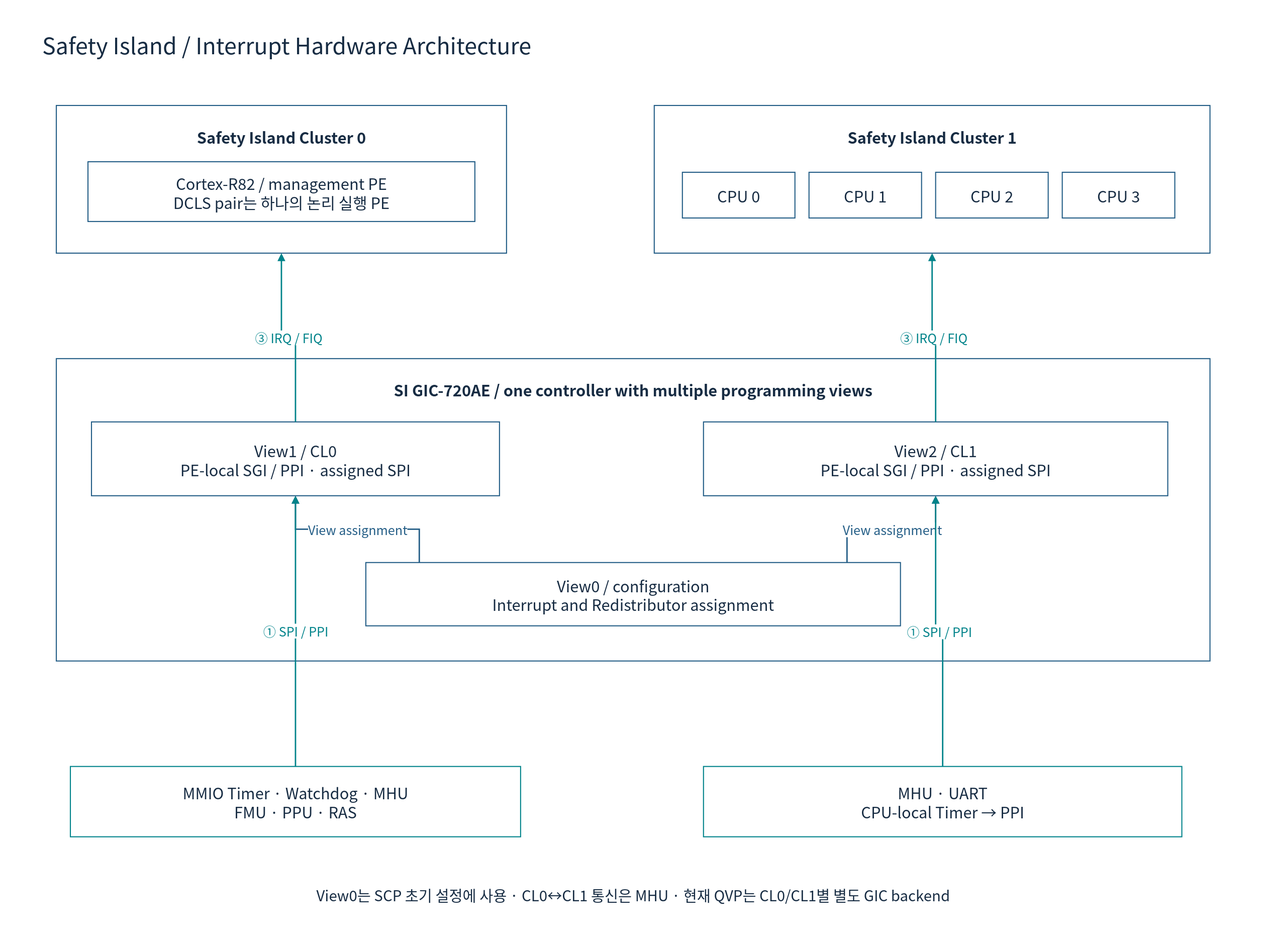
cometzero/project-apollo keeps this draw.io diagram as doc/phase1/interrupt/diagrams/01b-si-hardware.drawio.svg. Above is the earlier version. Source tidied: cells renumbered, new cells last; positions are measured from the earlier drawing's top-left corner, leaving out a move shared by most shapes. The source it was exported from:
```xml
<mxGraphModel background="#FFFFFF">
  <root>
    <mxCell id="0" />
    <mxCell id="1" parent="0" />
    <mxCell id="2" style="rounded=0;whiteSpace=wrap;html=1;fillColor=#FFFFFF;strokeColor=none;strokeWidth=1.5;fontColor=#172C43;fontFamily=Noto Sans CJK KR;fontSize=22;spacing=10;" parent="1" vertex="1">
      <mxGeometry width="1800" height="1350" as="geometry" />
    </mxCell>
    <mxCell id="3" value="Safety Island / Interrupt Hardware Architecture" style="rounded=0;whiteSpace=wrap;html=1;fillColor=#FFFFFF;strokeColor=none;strokeWidth=1.5;fontColor=#172C43;fontFamily=Noto Sans CJK KR;fontSize=22;spacing=10;fontSize=32;align=left;" parent="1" vertex="1">
      <mxGeometry x="50" y="30" width="1700" height="65" as="geometry" />
    </mxCell>
    <mxCell id="4" value="Safety Island Cluster 0" style="rounded=0;whiteSpace=wrap;html=1;fillColor=#FFFFFF;strokeColor=#235D86;strokeWidth=1.5;fontColor=#172C43;fontFamily=Noto Sans CJK KR;fontSize=22;spacing=10;verticalAlign=top;fontStyle=1;spacingTop=16;" parent="1" vertex="1">
      <mxGeometry x="80" y="150" width="640" height="210" as="geometry" />
    </mxCell>
    <mxCell id="5" value="Cortex-R82 / management PE&#10;DCLS pair는 하나의 논리 실행 PE" style="rounded=0;whiteSpace=wrap;html=1;fillColor=#FFFFFF;strokeColor=#235D86;strokeWidth=1.5;fontColor=#172C43;fontFamily=Noto Sans CJK KR;fontSize=22;spacing=10;" parent="1" vertex="1">
      <mxGeometry x="125" y="230" width="550" height="85" as="geometry" />
    </mxCell>
    <mxCell id="6" value="Safety Island Cluster 1" style="rounded=0;whiteSpace=wrap;html=1;fillColor=#FFFFFF;strokeColor=#235D86;strokeWidth=1.5;fontColor=#172C43;fontFamily=Noto Sans CJK KR;fontSize=22;spacing=10;verticalAlign=top;fontStyle=1;spacingTop=16;" parent="1" vertex="1">
      <mxGeometry x="930" y="150" width="790" height="210" as="geometry" />
    </mxCell>
    <mxCell id="7" value="CPU 0" style="rounded=0;whiteSpace=wrap;html=1;fillColor=#FFFFFF;strokeColor=#235D86;strokeWidth=1.5;fontColor=#172C43;fontFamily=Noto Sans CJK KR;fontSize=22;spacing=10;" parent="1" vertex="1">
      <mxGeometry x="970" y="245" width="160" height="65" as="geometry" />
    </mxCell>
    <mxCell id="8" value="CPU 1" style="rounded=0;whiteSpace=wrap;html=1;fillColor=#FFFFFF;strokeColor=#235D86;strokeWidth=1.5;fontColor=#172C43;fontFamily=Noto Sans CJK KR;fontSize=22;spacing=10;" parent="1" vertex="1">
      <mxGeometry x="1150" y="245" width="160" height="65" as="geometry" />
    </mxCell>
    <mxCell id="9" value="CPU 2" style="rounded=0;whiteSpace=wrap;html=1;fillColor=#FFFFFF;strokeColor=#235D86;strokeWidth=1.5;fontColor=#172C43;fontFamily=Noto Sans CJK KR;fontSize=22;spacing=10;" parent="1" vertex="1">
      <mxGeometry x="1330" y="245" width="160" height="65" as="geometry" />
    </mxCell>
    <mxCell id="10" value="CPU 3" style="rounded=0;whiteSpace=wrap;html=1;fillColor=#FFFFFF;strokeColor=#235D86;strokeWidth=1.5;fontColor=#172C43;fontFamily=Noto Sans CJK KR;fontSize=22;spacing=10;" parent="1" vertex="1">
      <mxGeometry x="1510" y="245" width="160" height="65" as="geometry" />
    </mxCell>
    <mxCell id="11" value="SI GIC-720AE / one controller with multiple programming views" style="rounded=0;whiteSpace=wrap;html=1;fillColor=#FFFFFF;strokeColor=#235D86;strokeWidth=1.5;fontColor=#172C43;fontFamily=Noto Sans CJK KR;fontSize=22;spacing=10;verticalAlign=top;fontStyle=1;spacingTop=16;" parent="1" vertex="1">
      <mxGeometry x="80" y="510" width="1640" height="430" as="geometry" />
    </mxCell>
    <mxCell id="12" value="View1 / CL0&#10;PE-local SGI / PPI · assigned SPI" style="rounded=0;whiteSpace=wrap;html=1;fillColor=#FFFFFF;strokeColor=#235D86;strokeWidth=1.5;fontColor=#172C43;fontFamily=Noto Sans CJK KR;fontSize=22;spacing=10;" parent="1" vertex="1">
      <mxGeometry x="130" y="600" width="580" height="105" as="geometry" />
    </mxCell>
    <mxCell id="13" value="View2 / CL1&#10;PE-local SGI / PPI · assigned SPI" style="rounded=0;whiteSpace=wrap;html=1;fillColor=#FFFFFF;strokeColor=#235D86;strokeWidth=1.5;fontColor=#172C43;fontFamily=Noto Sans CJK KR;fontSize=22;spacing=10;" parent="1" vertex="1">
      <mxGeometry x="1000" y="600" width="660" height="105" as="geometry" />
    </mxCell>
    <mxCell id="14" value="View0 / configuration&#10;Interrupt and Redistributor assignment" style="rounded=0;whiteSpace=wrap;html=1;fillColor=#FFFFFF;strokeColor=#235D86;strokeWidth=1.5;fontColor=#172C43;fontFamily=Noto Sans CJK KR;fontSize=22;spacing=10;" parent="1" vertex="1">
      <mxGeometry x="520" y="800" width="760" height="90" as="geometry" />
    </mxCell>
    <mxCell id="15" value="③ IRQ / FIQ" style="edgeStyle=orthogonalEdgeStyle;rounded=0;html=1;endArrow=block;endFill=1;strokeWidth=2;strokeColor=#00838A;fontColor=#00838A;fontFamily=Noto Sans CJK KR;fontSize=18;labelBackgroundColor=#FFFFFF;" parent="1" edge="1" source="12" target="4">
      <mxGeometry relative="1" as="geometry" />
    </mxCell>
    <mxCell id="16" value="③ IRQ / FIQ" style="edgeStyle=orthogonalEdgeStyle;rounded=0;html=1;endArrow=block;endFill=1;strokeWidth=2;strokeColor=#00838A;fontColor=#00838A;fontFamily=Noto Sans CJK KR;fontSize=18;labelBackgroundColor=#FFFFFF;" parent="1" edge="1" source="13" target="6">
      <mxGeometry relative="1" as="geometry" />
    </mxCell>
    <mxCell id="17" value="View assignment" style="edgeStyle=orthogonalEdgeStyle;rounded=0;html=1;endArrow=block;endFill=1;strokeWidth=2;strokeColor=#235D86;fontColor=#235D86;fontFamily=Noto Sans CJK KR;fontSize=18;labelBackgroundColor=#FFFFFF;exitX=0.1;exitY=0;entryX=0.5;entryY=1;" parent="1" edge="1" source="14" target="12">
      <mxGeometry relative="1" as="geometry" />
    </mxCell>
    <mxCell id="18" value="View assignment" style="edgeStyle=orthogonalEdgeStyle;rounded=0;html=1;endArrow=block;endFill=1;strokeWidth=2;strokeColor=#235D86;fontColor=#235D86;fontFamily=Noto Sans CJK KR;fontSize=18;labelBackgroundColor=#FFFFFF;exitX=0.9;exitY=0;entryX=0.5;entryY=1;" parent="1" edge="1" source="14" target="13">
      <mxGeometry relative="1" as="geometry" />
    </mxCell>
    <mxCell id="19" value="MMIO Timer · Watchdog · MHU&#10;FMU · PPU · RAS" style="rounded=0;whiteSpace=wrap;html=1;fillColor=#FFFFFF;strokeColor=#00838A;strokeWidth=1.5;fontColor=#172C43;fontFamily=Noto Sans CJK KR;fontSize=22;spacing=10;" parent="1" vertex="1">
      <mxGeometry x="100" y="1090" width="640" height="100" as="geometry" />
    </mxCell>
    <mxCell id="20" value="MHU · UART&#10;CPU-local Timer → PPI" style="rounded=0;whiteSpace=wrap;html=1;fillColor=#FFFFFF;strokeColor=#00838A;strokeWidth=1.5;fontColor=#172C43;fontFamily=Noto Sans CJK KR;fontSize=22;spacing=10;" parent="1" vertex="1">
      <mxGeometry x="1000" y="1090" width="680" height="100" as="geometry" />
    </mxCell>
    <mxCell id="21" value="① SPI / PPI" style="edgeStyle=orthogonalEdgeStyle;rounded=0;html=1;endArrow=block;endFill=1;strokeWidth=2;strokeColor=#00838A;fontColor=#00838A;fontFamily=Noto Sans CJK KR;fontSize=18;labelBackgroundColor=#FFFFFF;exitX=0.5;exitY=0;entryX=0.5;entryY=1;" parent="1" edge="1" source="19" target="12">
      <mxGeometry relative="1" as="geometry" />
    </mxCell>
    <mxCell id="22" value="① SPI / PPI" style="edgeStyle=orthogonalEdgeStyle;rounded=0;html=1;endArrow=block;endFill=1;strokeWidth=2;strokeColor=#00838A;fontColor=#00838A;fontFamily=Noto Sans CJK KR;fontSize=18;labelBackgroundColor=#FFFFFF;exitX=0.5;exitY=0;entryX=0.5;entryY=1;" parent="1" edge="1" source="20" target="13">
      <mxGeometry relative="1" as="geometry" />
    </mxCell>
    <mxCell id="23" value="View0는 SCP 초기 설정에 사용 · CL0↔CL1 통신은 MHU · 현재 QVP는 CL0/CL1별 별도 GIC backend" style="rounded=0;whiteSpace=wrap;html=1;fillColor=#FFFFFF;strokeColor=none;strokeWidth=1.5;fontColor=#172C43;fontFamily=Noto Sans CJK KR;fontSize=22;spacing=10;fontSize=21;" parent="1" vertex="1">
      <mxGeometry x="80" y="1240" width="1640" height="65" as="geometry" />
    </mxCell>
  </root>
</mxGraphModel>
```
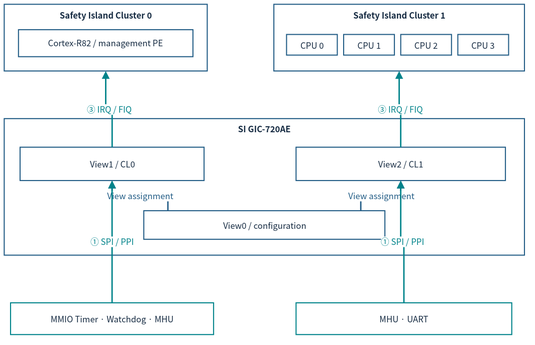
Later version of the same file.

Diff of the diagram source:
```diff
@@ -2,71 +2,62 @@
   <root>
     <mxCell id="0" />
     <mxCell id="1" parent="0" />
-    <mxCell id="2" style="rounded=0;whiteSpace=wrap;html=1;fillColor=#FFFFFF;strokeColor=none;strokeWidth=1.5;fontColor=#172C43;fontFamily=Noto Sans CJK KR;fontSize=22;spacing=10;" parent="1" vertex="1">
-      <mxGeometry width="1800" height="1350" as="geometry" />
-    </mxCell>
-    <mxCell id="3" value="Safety Island / Interrupt Hardware Architecture" style="rounded=0;whiteSpace=wrap;html=1;fillColor=#FFFFFF;strokeColor=none;strokeWidth=1.5;fontColor=#172C43;fontFamily=Noto Sans CJK KR;fontSize=22;spacing=10;fontSize=32;align=left;" parent="1" vertex="1">
-      <mxGeometry x="50" y="30" width="1700" height="65" as="geometry" />
-    </mxCell>
-    <mxCell id="4" value="Safety Island Cluster 0" style="rounded=0;whiteSpace=wrap;html=1;fillColor=#FFFFFF;strokeColor=#235D86;strokeWidth=1.5;fontColor=#172C43;fontFamily=Noto Sans CJK KR;fontSize=22;spacing=10;verticalAlign=top;fontStyle=1;spacingTop=16;" parent="1" vertex="1">
-      <mxGeometry x="80" y="150" width="640" height="210" as="geometry" />
+    <mxCell id="4" value="Safety Island Cluster 0" style="rounded=0;whiteSpace=wrap;html=1;fillColor=#FFFFFF;strokeColor=#235D86;strokeWidth=1.5;fontColor=#172C43;fontFamily=Noto Sans CJK KR;verticalAlign=top;fontStyle=1;fontSize=12;spacing=3;whiteSpace=wrap;" parent="1" vertex="1">
+      <mxGeometry x="12" y="12" width="288.8" height="94.8" as="geometry" />
     </mxCell>
-    <mxCell id="5" value="Cortex-R82 / management PE&#10;DCLS pair는 하나의 논리 실행 PE" style="rounded=0;whiteSpace=wrap;html=1;fillColor=#FFFFFF;strokeColor=#235D86;strokeWidth=1.5;fontColor=#172C43;fontFamily=Noto Sans CJK KR;fontSize=22;spacing=10;" parent="1" vertex="1">
-      <mxGeometry x="125" y="230" width="550" height="85" as="geometry" />
+    <mxCell id="5" value="Cortex-R82 / management PE" style="rounded=0;whiteSpace=wrap;html=1;fillColor=#FFFFFF;strokeColor=#235D86;strokeWidth=1.5;fontColor=#172C43;fontFamily=Noto Sans CJK KR;fontSize=12;spacing=3;whiteSpace=wrap;" parent="1" vertex="1">
+      <mxGeometry x="32.3" y="48.1" width="248.2" height="38.4" as="geometry" />
     </mxCell>
-    <mxCell id="6" value="Safety Island Cluster 1" style="rounded=0;whiteSpace=wrap;html=1;fillColor=#FFFFFF;strokeColor=#235D86;strokeWidth=1.5;fontColor=#172C43;fontFamily=Noto Sans CJK KR;fontSize=22;spacing=10;verticalAlign=top;fontStyle=1;spacingTop=16;" parent="1" vertex="1">
-      <mxGeometry x="930" y="150" width="790" height="210" as="geometry" />
+    <mxCell id="6" value="Safety Island Cluster 1" style="rounded=0;whiteSpace=wrap;html=1;fillColor=#FFFFFF;strokeColor=#235D86;strokeWidth=1.5;fontColor=#172C43;fontFamily=Noto Sans CJK KR;verticalAlign=top;fontStyle=1;fontSize=12;spacing=3;whiteSpace=wrap;" parent="1" vertex="1">
+      <mxGeometry x="395.5" y="12" width="356.5" height="94.8" as="geometry" />
     </mxCell>
-    <mxCell id="7" value="CPU 0" style="rounded=0;whiteSpace=wrap;html=1;fillColor=#FFFFFF;strokeColor=#235D86;strokeWidth=1.5;fontColor=#172C43;fontFamily=Noto Sans CJK KR;fontSize=22;spacing=10;" parent="1" vertex="1">
-      <mxGeometry x="970" y="245" width="160" height="65" as="geometry" />
+    <mxCell id="7" value="CPU 0" style="rounded=0;whiteSpace=wrap;html=1;fillColor=#FFFFFF;strokeColor=#235D86;strokeWidth=1.5;fontColor=#172C43;fontFamily=Noto Sans CJK KR;fontSize=12;spacing=3;whiteSpace=wrap;" parent="1" vertex="1">
+      <mxGeometry x="413.6" y="54.9" width="72.2" height="29.3" as="geometry" />
     </mxCell>
-    <mxCell id="8" value="CPU 1" style="rounded=0;whiteSpace=wrap;html=1;fillColor=#FFFFFF;strokeColor=#235D86;strokeWidth=1.5;fontColor=#172C43;fontFamily=Noto Sans CJK KR;fontSize=22;spacing=10;" parent="1" vertex="1">
-      <mxGeometry x="1150" y="245" width="160" height="65" as="geometry" />
+    <mxCell id="8" value="CPU 1" style="rounded=0;whiteSpace=wrap;html=1;fillColor=#FFFFFF;strokeColor=#235D86;strokeWidth=1.5;fontColor=#172C43;fontFamily=Noto Sans CJK KR;fontSize=12;spacing=3;whiteSpace=wrap;" parent="1" vertex="1">
+      <mxGeometry x="494.8" y="54.9" width="72.2" height="29.3" as="geometry" />
     </mxCell>
-    <mxCell id="9" value="CPU 2" style="rounded=0;whiteSpace=wrap;html=1;fillColor=#FFFFFF;strokeColor=#235D86;strokeWidth=1.5;fontColor=#172C43;fontFamily=Noto Sans CJK KR;fontSize=22;spacing=10;" parent="1" vertex="1">
-      <mxGeometry x="1330" y="245" width="160" height="65" as="geometry" />
+    <mxCell id="9" value="CPU 2" style="rounded=0;whiteSpace=wrap;html=1;fillColor=#FFFFFF;strokeColor=#235D86;strokeWidth=1.5;fontColor=#172C43;fontFamily=Noto Sans CJK KR;fontSize=12;spacing=3;whiteSpace=wrap;" parent="1" vertex="1">
+      <mxGeometry x="576" y="54.9" width="72.2" height="29.3" as="geometry" />
     </mxCell>
-    <mxCell id="10" value="CPU 3" style="rounded=0;whiteSpace=wrap;html=1;fillColor=#FFFFFF;strokeColor=#235D86;strokeWidth=1.5;fontColor=#172C43;fontFamily=Noto Sans CJK KR;fontSize=22;spacing=10;" parent="1" vertex="1">
-      <mxGeometry x="1510" y="245" width="160" height="65" as="geometry" />
+    <mxCell id="10" value="CPU 3" style="rounded=0;whiteSpace=wrap;html=1;fillColor=#FFFFFF;strokeColor=#235D86;strokeWidth=1.5;fontColor=#172C43;fontFamily=Noto Sans CJK KR;fontSize=12;spacing=3;whiteSpace=wrap;" parent="1" vertex="1">
+      <mxGeometry x="657.2" y="54.9" width="72.2" height="29.3" as="geometry" />
     </mxCell>
-    <mxCell id="11" value="SI GIC-720AE / one controller with multiple programming views" style="rounded=0;whiteSpace=wrap;html=1;fillColor=#FFFFFF;strokeColor=#235D86;strokeWidth=1.5;fontColor=#172C43;fontFamily=Noto Sans CJK KR;fontSize=22;spacing=10;verticalAlign=top;fontStyle=1;spacingTop=16;" parent="1" vertex="1">
-      <mxGeometry x="80" y="510" width="1640" height="430" as="geometry" />
+    <mxCell id="11" value="SI GIC-720AE" style="rounded=0;whiteSpace=wrap;html=1;fillColor=#FFFFFF;strokeColor=#235D86;strokeWidth=1.5;fontColor=#172C43;fontFamily=Noto Sans CJK KR;verticalAlign=top;fontStyle=1;fontSize=12;spacing=3;whiteSpace=wrap;" parent="1" vertex="1">
+      <mxGeometry x="12" y="174.4" width="740" height="194" as="geometry" />
     </mxCell>
-    <mxCell id="12" value="View1 / CL0&#10;PE-local SGI / PPI · assigned SPI" style="rounded=0;whiteSpace=wrap;html=1;fillColor=#FFFFFF;strokeColor=#235D86;strokeWidth=1.5;fontColor=#172C43;fontFamily=Noto Sans CJK KR;fontSize=22;spacing=10;" parent="1" vertex="1">
-      <mxGeometry x="130" y="600" width="580" height="105" as="geometry" />
+    <mxCell id="12" value="View1 / CL0" style="rounded=0;whiteSpace=wrap;html=1;fillColor=#FFFFFF;strokeColor=#235D86;strokeWidth=1.5;fontColor=#172C43;fontFamily=Noto Sans CJK KR;fontSize=12;spacing=3;whiteSpace=wrap;" parent="1" vertex="1">
+      <mxGeometry x="34.6" y="215.1" width="261.7" height="47.4" as="geometry" />
     </mxCell>
-    <mxCell id="13" value="View2 / CL1&#10;PE-local SGI / PPI · assigned SPI" style="rounded=0;whiteSpace=wrap;html=1;fillColor=#FFFFFF;strokeColor=#235D86;strokeWidth=1.5;fontColor=#172C43;fontFamily=Noto Sans CJK KR;fontSize=22;spacing=10;" parent="1" vertex="1">
-      <mxGeometry x="1000" y="600" width="660" height="105" as="geometry" />
+    <mxCell id="13" value="View2 / CL1" style="rounded=0;whiteSpace=wrap;html=1;fillColor=#FFFFFF;strokeColor=#235D86;strokeWidth=1.5;fontColor=#172C43;fontFamily=Noto Sans CJK KR;fontSize=12;spacing=3;whiteSpace=wrap;" parent="1" vertex="1">
+      <mxGeometry x="427.1" y="215.1" width="297.8" height="47.4" as="geometry" />
     </mxCell>
-    <mxCell id="14" value="View0 / configuration&#10;Interrupt and Redistributor assignment" style="rounded=0;whiteSpace=wrap;html=1;fillColor=#FFFFFF;strokeColor=#235D86;strokeWidth=1.5;fontColor=#172C43;fontFamily=Noto Sans CJK KR;fontSize=22;spacing=10;" parent="1" vertex="1">
-      <mxGeometry x="520" y="800" width="760" height="90" as="geometry" />
+    <mxCell id="14" value="View0 / configuration" style="rounded=0;whiteSpace=wrap;html=1;fillColor=#FFFFFF;strokeColor=#235D86;strokeWidth=1.5;fontColor=#172C43;fontFamily=Noto Sans CJK KR;fontSize=12;spacing=3;whiteSpace=wrap;" parent="1" vertex="1">
+      <mxGeometry x="210.5" y="305.3" width="342.9" height="40.6" as="geometry" />
     </mxCell>
-    <mxCell id="15" value="③ IRQ / FIQ" style="edgeStyle=orthogonalEdgeStyle;rounded=0;html=1;endArrow=block;endFill=1;strokeWidth=2;strokeColor=#00838A;fontColor=#00838A;fontFamily=Noto Sans CJK KR;fontSize=18;labelBackgroundColor=#FFFFFF;" parent="1" edge="1" source="12" target="4">
+    <mxCell id="15" value="③ IRQ / FIQ" style="edgeStyle=orthogonalEdgeStyle;rounded=0;html=1;endArrow=block;endFill=1;strokeWidth=2;strokeColor=#00838A;fontColor=#00838A;fontFamily=Noto Sans CJK KR;labelBackgroundColor=#FFFFFF;fontSize=12;spacing=3;whiteSpace=nowrap;" parent="1" edge="1" source="12" target="4">
       <mxGeometry relative="1" as="geometry" />
     </mxCell>
-    <mxCell id="16" value="③ IRQ / FIQ" style="edgeStyle=orthogonalEdgeStyle;rounded=0;html=1;endArrow=block;endFill=1;strokeWidth=2;strokeColor=#00838A;fontColor=#00838A;fontFamily=Noto Sans CJK KR;fontSize=18;labelBackgroundColor=#FFFFFF;" parent="1" edge="1" source="13" target="6">
+    <mxCell id="16" value="③ IRQ / FIQ" style="edgeStyle=orthogonalEdgeStyle;rounded=0;html=1;endArrow=block;endFill=1;strokeWidth=2;strokeColor=#00838A;fontColor=#00838A;fontFamily=Noto Sans CJK KR;labelBackgroundColor=#FFFFFF;fontSize=12;spacing=3;whiteSpace=nowrap;" parent="1" edge="1" source="13" target="6">
       <mxGeometry relative="1" as="geometry" />
     </mxCell>
-    <mxCell id="17" value="View assignment" style="edgeStyle=orthogonalEdgeStyle;rounded=0;html=1;endArrow=block;endFill=1;strokeWidth=2;strokeColor=#235D86;fontColor=#235D86;fontFamily=Noto Sans CJK KR;fontSize=18;labelBackgroundColor=#FFFFFF;exitX=0.1;exitY=0;entryX=0.5;entryY=1;" parent="1" edge="1" source="14" target="12">
+    <mxCell id="17" value="View assignment" style="edgeStyle=orthogonalEdgeStyle;rounded=0;html=1;endArrow=block;endFill=1;strokeWidth=2;strokeColor=#235D86;fontColor=#235D86;fontFamily=Noto Sans CJK KR;labelBackgroundColor=#FFFFFF;exitX=0.1;exitY=0;entryX=0.5;entryY=1;fontSize=12;spacing=3;whiteSpace=nowrap;" parent="1" edge="1" source="14" target="12">
       <mxGeometry relative="1" as="geometry" />
     </mxCell>
-    <mxCell id="18" value="View assignment" style="edgeStyle=orthogonalEdgeStyle;rounded=0;html=1;endArrow=block;endFill=1;strokeWidth=2;strokeColor=#235D86;fontColor=#235D86;fontFamily=Noto Sans CJK KR;fontSize=18;labelBackgroundColor=#FFFFFF;exitX=0.9;exitY=0;entryX=0.5;entryY=1;" parent="1" edge="1" source="14" target="13">
+    <mxCell id="18" value="View assignment" style="edgeStyle=orthogonalEdgeStyle;rounded=0;html=1;endArrow=block;endFill=1;strokeWidth=2;strokeColor=#235D86;fontColor=#235D86;fontFamily=Noto Sans CJK KR;labelBackgroundColor=#FFFFFF;exitX=0.9;exitY=0;entryX=0.5;entryY=1;fontSize=12;spacing=3;whiteSpace=nowrap;" parent="1" edge="1" source="14" target="13">
       <mxGeometry relative="1" as="geometry" />
     </mxCell>
-    <mxCell id="19" value="MMIO Timer · Watchdog · MHU&#10;FMU · PPU · RAS" style="rounded=0;whiteSpace=wrap;html=1;fillColor=#FFFFFF;strokeColor=#00838A;strokeWidth=1.5;fontColor=#172C43;fontFamily=Noto Sans CJK KR;fontSize=22;spacing=10;" parent="1" vertex="1">
-      <mxGeometry x="100" y="1090" width="640" height="100" as="geometry" />
+    <mxCell id="19" value="MMIO Timer · Watchdog · MHU" style="rounded=0;whiteSpace=wrap;html=1;fillColor=#FFFFFF;strokeColor=#00838A;strokeWidth=1.5;fontColor=#172C43;fontFamily=Noto Sans CJK KR;fontSize=12;spacing=3;whiteSpace=wrap;" parent="1" vertex="1">
+      <mxGeometry x="21" y="436.1" width="288.8" height="45.1" as="geometry" />
     </mxCell>
-    <mxCell id="20" value="MHU · UART&#10;CPU-local Timer → PPI" style="rounded=0;whiteSpace=wrap;html=1;fillColor=#FFFFFF;strokeColor=#00838A;strokeWidth=1.5;fontColor=#172C43;fontFamily=Noto Sans CJK KR;fontSize=22;spacing=10;" parent="1" vertex="1">
-      <mxGeometry x="1000" y="1090" width="680" height="100" as="geometry" />
+    <mxCell id="20" value="MHU · UART" style="rounded=0;whiteSpace=wrap;html=1;fillColor=#FFFFFF;strokeColor=#00838A;strokeWidth=1.5;fontColor=#172C43;fontFamily=Noto Sans CJK KR;fontSize=12;spacing=3;whiteSpace=wrap;" parent="1" vertex="1">
+      <mxGeometry x="427.1" y="436.1" width="306.8" height="45.1" as="geometry" />
     </mxCell>
-    <mxCell id="21" value="① SPI / PPI" style="edgeStyle=orthogonalEdgeStyle;rounded=0;html=1;endArrow=block;endFill=1;strokeWidth=2;strokeColor=#00838A;fontColor=#00838A;fontFamily=Noto Sans CJK KR;fontSize=18;labelBackgroundColor=#FFFFFF;exitX=0.5;exitY=0;entryX=0.5;entryY=1;" parent="1" edge="1" source="19" target="12">
+    <mxCell id="21" value="① SPI / PPI" style="edgeStyle=orthogonalEdgeStyle;rounded=0;html=1;endArrow=block;endFill=1;strokeWidth=2;strokeColor=#00838A;fontColor=#00838A;fontFamily=Noto Sans CJK KR;labelBackgroundColor=#FFFFFF;exitX=0.5;exitY=0;entryX=0.5;entryY=1;fontSize=12;spacing=3;whiteSpace=nowrap;" parent="1" edge="1" source="19" target="12">
       <mxGeometry relative="1" as="geometry" />
     </mxCell>
-    <mxCell id="22" value="① SPI / PPI" style="edgeStyle=orthogonalEdgeStyle;rounded=0;html=1;endArrow=block;endFill=1;strokeWidth=2;strokeColor=#00838A;fontColor=#00838A;fontFamily=Noto Sans CJK KR;fontSize=18;labelBackgroundColor=#FFFFFF;exitX=0.5;exitY=0;entryX=0.5;entryY=1;" parent="1" edge="1" source="20" target="13">
+    <mxCell id="22" value="① SPI / PPI" style="edgeStyle=orthogonalEdgeStyle;rounded=0;html=1;endArrow=block;endFill=1;strokeWidth=2;strokeColor=#00838A;fontColor=#00838A;fontFamily=Noto Sans CJK KR;labelBackgroundColor=#FFFFFF;exitX=0.5;exitY=0;entryX=0.5;entryY=1;fontSize=12;spacing=3;whiteSpace=nowrap;" parent="1" edge="1" source="20" target="13">
       <mxGeometry relative="1" as="geometry" />
     </mxCell>
-    <mxCell id="23" value="View0는 SCP 초기 설정에 사용 · CL0↔CL1 통신은 MHU · 현재 QVP는 CL0/CL1별 별도 GIC backend" style="rounded=0;whiteSpace=wrap;html=1;fillColor=#FFFFFF;strokeColor=none;strokeWidth=1.5;fontColor=#172C43;fontFamily=Noto Sans CJK KR;fontSize=22;spacing=10;fontSize=21;" parent="1" vertex="1">
-      <mxGeometry x="80" y="1240" width="1640" height="65" as="geometry" />
-    </mxCell>
   </root>
 </mxGraphModel>
```
